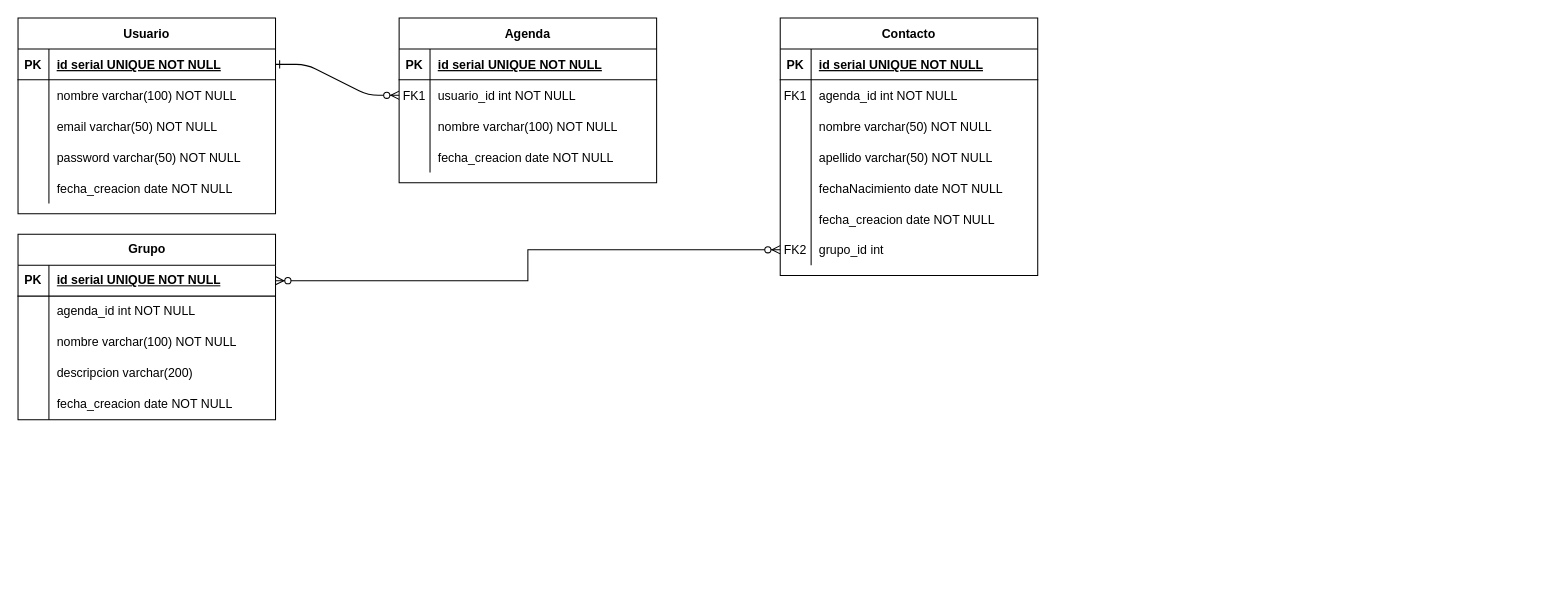
Before: FormaNormal.drawio in clara-s-n/ejercicio_sobre_repositorios, a draw.io diagram. Source tidied: cells renumbered, new cells numbered last; positions are measured from the earlier drawing's top-left corner, leaving out a move shared by most shapes. Both pictures are drawn from the tidied source at 103%, with x=0, y=0 at pixel (18, 18).
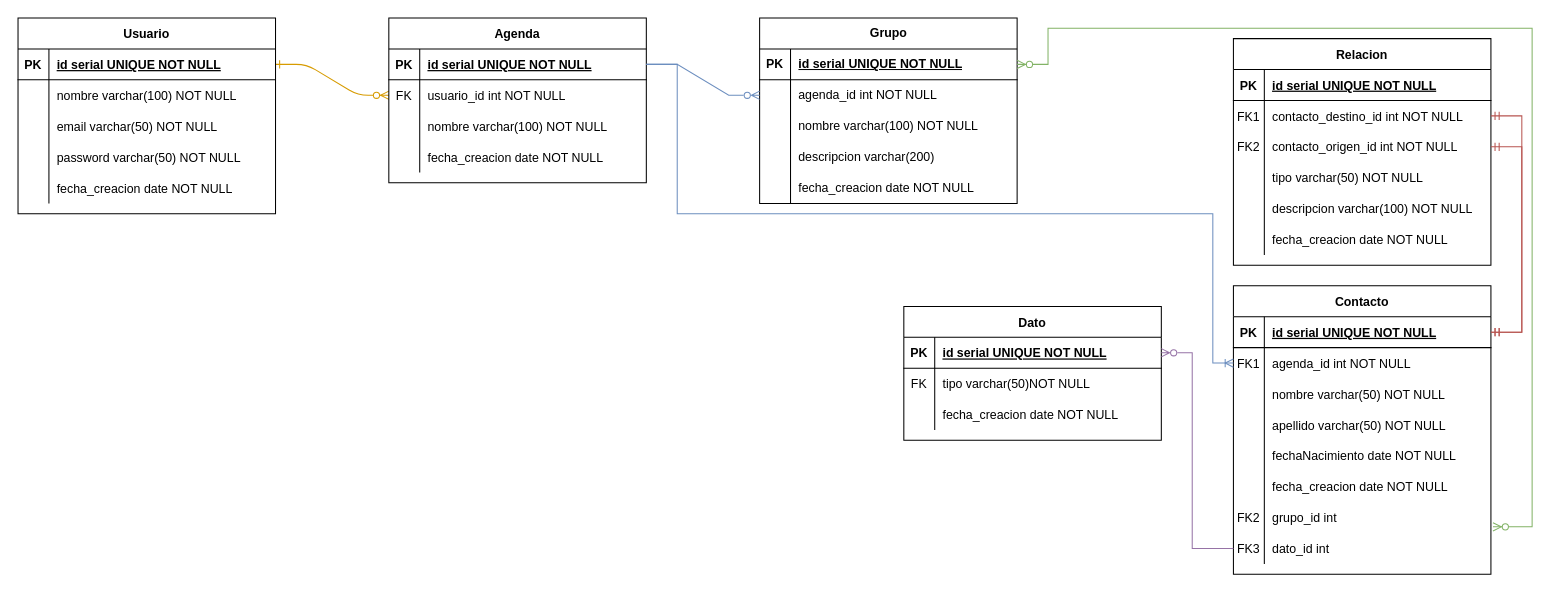
The same page after the edit.

Unchanged cells that the change refers to:
```xml
<mxCell id="4" style="shape=partialRectangle;fillColor=none;points=[[0,0.5],[1,0.5]];portConstraint=eastwest;top=0;left=0;right=0;bottom=1;" parent="3" vertex="1">
  <mxGeometry y="30" width="250" height="30" as="geometry" />
</mxCell>
<mxCell id="7" style="shape=partialRectangle;fillColor=none;points=[[0,0.5],[1,0.5]];portConstraint=eastwest;top=0;left=0;right=0;bottom=0;" parent="3" vertex="1">
  <mxGeometry y="60" width="250" height="30" as="geometry" />
</mxCell>
<mxCell id="17" style="shape=partialRectangle;fillColor=none;points=[[0,0.5],[1,0.5]];portConstraint=eastwest;top=0;left=0;right=0;bottom=1;" parent="16" vertex="1">
  <mxGeometry y="30" width="250" height="30" as="geometry" />
</mxCell>
<mxCell id="20" style="shape=partialRectangle;fillColor=none;points=[[0,0.5],[1,0.5]];portConstraint=eastwest;top=0;left=0;right=0;bottom=0;" parent="16" vertex="1">
  <mxGeometry y="60" width="250" height="30" as="geometry" />
</mxCell>
<mxCell id="35" style="shape=partialRectangle;fillColor=none;points=[[0,0.5],[1,0.5]];portConstraint=eastwest;top=0;left=0;right=0;bottom=0;" parent="16" vertex="1">
  <mxGeometry y="210" width="250" height="30" as="geometry" />
</mxCell>
<mxCell id="39" style="shape=partialRectangle;fillColor=none;points=[[0,0.5],[1,0.5]];portConstraint=eastwest;top=0;left=0;right=0;bottom=1;" parent="38" vertex="1">
  <mxGeometry y="30" width="250" height="30" as="geometry" />
</mxCell>
<mxCell id="55" style="shape=tableRow;horizontal=0;startSize=0;swimlaneHead=0;swimlaneBody=0;fillColor=none;points=[[0,0.5],[1,0.5]];portConstraint=eastwest;top=0;left=0;right=0;bottom=1;" parent="54" vertex="1">
  <mxGeometry y="30" width="250" height="30" as="geometry" />
</mxCell>
<mxCell id="58" style="shape=tableRow;horizontal=0;startSize=0;swimlaneHead=0;swimlaneBody=0;fillColor=none;points=[[0,0.5],[1,0.5]];portConstraint=eastwest;top=0;left=0;right=0;bottom=0;" parent="54" vertex="1">
  <mxGeometry y="60" width="250" height="30" as="geometry" />
</mxCell>
```

The edit, as a diff of the source:
```diff
@@
-    <mxCell id="2" style="edgeStyle=entityRelationEdgeStyle;endArrow=ERzeroToMany;startArrow=ERone;endFill=1;startFill=0;" parent="1" edge="1" source="39" target="7">
+    <mxCell id="2" style="edgeStyle=entityRelationEdgeStyle;endArrow=ERzeroToMany;startArrow=ERone;endFill=1;startFill=0;fillColor=#ffe6cc;strokeColor=#d79b00;" parent="1" edge="1" source="39" target="7">
       <mxGeometry relative="1" as="geometry" />
     </mxCell>
     <mxCell id="3" value="Agenda" style="shape=table;startSize=30;childLayout=tableLayout;rowLines=0;fontStyle=1;align=center;" parent="1" vertex="1">
-      <mxGeometry x="370" width="250" height="160" as="geometry" />
+      <mxGeometry x="360" width="250" height="160" as="geometry" />
     </mxCell>
@@
-    <mxCell id="8" value="FK1" style="shape=partialRectangle;overflow=hidden;fillColor=none;top=0;left=0;bottom=0;right=0;" parent="7" vertex="1">
+    <mxCell id="8" value="FK" style="shape=partialRectangle;overflow=hidden;fillColor=none;top=0;left=0;bottom=0;right=0;" parent="7" vertex="1">
       <mxGeometry width="30" height="30" as="geometry" />
     </mxCell>
@@
     <mxCell id="16" value="Contacto" style="shape=table;startSize=30;childLayout=tableLayout;rowLines=0;fontStyle=1;align=center;" parent="1" vertex="1">
-      <mxGeometry x="740" width="250" height="250" as="geometry" />
+      <mxGeometry x="1180" y="260" width="250" height="280" as="geometry" />
     </mxCell>
@@
+    <mxCell id="71" style="shape=partialRectangle;fillColor=none;points=[[0,0.5],[1,0.5]];portConstraint=eastwest;top=0;left=0;right=0;bottom=0;" parent="16" vertex="1">
+      <mxGeometry y="240" width="250" height="30" as="geometry" />
+    </mxCell>
+    <mxCell id="72" value="FK3" style="shape=partialRectangle;overflow=hidden;fillColor=none;top=0;left=0;bottom=0;right=0;" parent="71" vertex="1">
+      <mxGeometry width="30" height="30" as="geometry" />
+    </mxCell>
+    <mxCell id="73" value="dato_id int" style="shape=partialRectangle;overflow=hidden;fillColor=none;top=0;left=0;bottom=0;right=0;align=left;spacingLeft=6;" parent="71" vertex="1">
+      <mxGeometry x="30" width="220" height="30" as="geometry" />
+    </mxCell>
@@
     <mxCell id="54" value="Grupo" style="shape=table;startSize=30;childLayout=tableLayout;rowLines=0;fontStyle=1;align=center;html=1;" parent="1" vertex="1">
-      <mxGeometry y="210" width="250" height="180" as="geometry" />
+      <mxGeometry x="720" width="250" height="180" as="geometry" />
     </mxCell>
@@
-    <mxCell id="70" style="edgeStyle=orthogonalEdgeStyle;fontSize=12;html=1;endArrow=ERzeroToMany;endFill=1;startArrow=ERzeroToMany;rounded=0;entryX=0;entryY=0.5;entryDx=0;entryDy=0;exitX=1;exitY=0.5;exitDx=0;exitDy=0;" parent="1" edge="1" source="55" target="35">
-      <mxGeometry relative="1" as="geometry" />
+    <mxCell id="70" style="edgeStyle=orthogonalEdgeStyle;fontSize=12;html=1;endArrow=ERzeroToMany;endFill=1;startArrow=ERzeroToMany;rounded=0;fillColor=#d5e8d4;strokeColor=#82b366;exitX=1;exitY=0.5;exitDx=0;exitDy=0;entryX=1.008;entryY=0.8;entryDx=0;entryDy=0;entryPerimeter=0;" parent="1" edge="1" source="55" target="35">
+      <mxGeometry relative="1" as="geometry">
+        <Array as="points">
+          <mxPoint x="1000" y="45" />
+          <mxPoint x="1000" y="10" />
+          <mxPoint x="1470" y="10" />
+          <mxPoint x="1470" y="494" />
+        </Array>
+      </mxGeometry>
     </mxCell>
+    <mxCell id="74" style="edgeStyle=entityRelationEdgeStyle;fontSize=12;html=1;endArrow=ERzeroToMany;rounded=0;exitX=1;exitY=0.5;exitDx=0;exitDy=0;entryX=0;entryY=0.5;entryDx=0;entryDy=0;fillColor=#dae8fc;strokeColor=#6c8ebf;endFill=0;" parent="1" edge="1" source="4" target="58">
+      <mxGeometry relative="1" as="geometry" />
+    </mxCell>
+    <mxCell id="75" style="edgeStyle=orthogonalEdgeStyle;fontSize=12;html=1;endArrow=ERoneToMany;rounded=0;exitX=1;exitY=0.5;exitDx=0;exitDy=0;fillColor=#dae8fc;strokeColor=#6c8ebf;entryX=0;entryY=0.5;entryDx=0;entryDy=0;" parent="1" edge="1" source="4" target="20">
+      <mxGeometry relative="1" as="geometry">
+        <Array as="points">
+          <mxPoint x="640" y="45" />
+          <mxPoint x="640" y="190" />
+          <mxPoint x="1160" y="190" />
+          <mxPoint x="1160" y="335" />
+        </Array>
+      </mxGeometry>
+    </mxCell>
+    <mxCell id="76" value="Relacion" style="shape=table;startSize=30;childLayout=tableLayout;rowLines=0;fontStyle=1;align=center;" parent="1" vertex="1">
+      <mxGeometry x="1180" y="20" width="250" height="220" as="geometry" />
+    </mxCell>
+    <mxCell id="77" style="shape=partialRectangle;fillColor=none;top=0;left=0;right=0;bottom=1;" parent="76" vertex="1">
+      <mxGeometry y="30" width="250" height="30" as="geometry" />
+    </mxCell>
+    <mxCell id="78" value="PK" style="shape=partialRectangle;overflow=hidden;fillColor=none;top=0;left=0;bottom=0;right=0;fontStyle=1;" parent="77" vertex="1">
+      <mxGeometry width="30" height="30" as="geometry" />
+    </mxCell>
+    <mxCell id="79" value="id serial UNIQUE NOT NULL " style="shape=partialRectangle;overflow=hidden;fillColor=none;top=0;left=0;bottom=0;right=0;align=left;spacingLeft=6;fontStyle=5;" parent="77" vertex="1">
+      <mxGeometry x="30" width="220" height="30" as="geometry" />
+    </mxCell>
+    <mxCell id="80" style="shape=partialRectangle;fillColor=none;points=[[0,0.5],[1,0.5]];portConstraint=eastwest;top=0;left=0;right=0;bottom=0;" parent="76" vertex="1">
+      <mxGeometry y="60" width="250" height="30" as="geometry" />
+    </mxCell>
+    <mxCell id="81" value="FK1" style="shape=partialRectangle;overflow=hidden;fillColor=none;top=0;left=0;bottom=0;right=0;" parent="80" vertex="1">
+      <mxGeometry width="30" height="30" as="geometry" />
+    </mxCell>
+    <mxCell id="82" value="contacto_destino_id int NOT NULL" style="shape=partialRectangle;overflow=hidden;fillColor=none;top=0;left=0;bottom=0;right=0;align=left;spacingLeft=6;" parent="80" vertex="1">
+      <mxGeometry x="30" width="220" height="30" as="geometry" />
+    </mxCell>
+    <mxCell id="83" style="shape=partialRectangle;fillColor=none;points=[[0,0.5],[1,0.5]];portConstraint=eastwest;top=0;left=0;right=0;bottom=0;" parent="76" vertex="1">
+      <mxGeometry y="90" width="250" height="30" as="geometry" />
+    </mxCell>
+    <mxCell id="84" value="FK2" style="shape=partialRectangle;overflow=hidden;fillColor=none;top=0;left=0;bottom=0;right=0;" parent="83" vertex="1">
+      <mxGeometry width="30" height="30" as="geometry" />
+    </mxCell>
+    <mxCell id="85" value="contacto_origen_id int NOT NULL" style="shape=partialRectangle;overflow=hidden;fillColor=none;top=0;left=0;bottom=0;right=0;align=left;spacingLeft=6;" parent="83" vertex="1">
+      <mxGeometry x="30" width="220" height="30" as="geometry" />
+    </mxCell>
+    <mxCell id="86" style="shape=partialRectangle;fillColor=none;top=0;left=0;right=0;bottom=0;" parent="76" vertex="1">
+      <mxGeometry y="120" width="250" height="30" as="geometry" />
+    </mxCell>
+    <mxCell id="87" style="shape=partialRectangle;overflow=hidden;fillColor=none;top=0;left=0;bottom=0;right=0;" parent="86" vertex="1">
+      <mxGeometry width="30" height="30" as="geometry" />
+    </mxCell>
+    <mxCell id="88" value="tipo varchar(50) NOT NULL" style="shape=partialRectangle;overflow=hidden;fillColor=none;top=0;left=0;bottom=0;right=0;align=left;spacingLeft=6;" parent="86" vertex="1">
+      <mxGeometry x="30" width="220" height="30" as="geometry" />
+    </mxCell>
+    <mxCell id="89" style="shape=partialRectangle;fillColor=none;top=0;left=0;right=0;bottom=0;" parent="76" vertex="1">
+      <mxGeometry y="150" width="250" height="30" as="geometry" />
+    </mxCell>
+    <mxCell id="90" style="shape=partialRectangle;overflow=hidden;fillColor=none;top=0;left=0;bottom=0;right=0;" parent="89" vertex="1">
+      <mxGeometry width="30" height="30" as="geometry" />
+    </mxCell>
+    <mxCell id="91" value="descripcion varchar(100) NOT NULL" style="shape=partialRectangle;overflow=hidden;fillColor=none;top=0;left=0;bottom=0;right=0;align=left;spacingLeft=6;" parent="89" vertex="1">
+      <mxGeometry x="30" width="220" height="30" as="geometry" />
+    </mxCell>
+    <mxCell id="92" style="shape=partialRectangle;fillColor=none;top=0;left=0;right=0;bottom=0;" parent="76" vertex="1">
+      <mxGeometry y="180" width="250" height="30" as="geometry" />
+    </mxCell>
+    <mxCell id="93" style="shape=partialRectangle;overflow=hidden;fillColor=none;top=0;left=0;bottom=0;right=0;" parent="92" vertex="1">
+      <mxGeometry width="30" height="30" as="geometry" />
+    </mxCell>
+    <mxCell id="94" value="fecha_creacion date NOT NULL" style="shape=partialRectangle;overflow=hidden;fillColor=none;top=0;left=0;bottom=0;right=0;align=left;spacingLeft=6;" parent="92" vertex="1">
+      <mxGeometry x="30" width="220" height="30" as="geometry" />
+    </mxCell>
+    <mxCell id="95" style="edgeStyle=entityRelationEdgeStyle;fontSize=12;html=1;endArrow=ERmandOne;startArrow=ERmandOne;rounded=0;exitX=1;exitY=0.5;exitDx=0;exitDy=0;entryX=1;entryY=0.5;entryDx=0;entryDy=0;fillColor=#f8cecc;strokeColor=#b85450;" parent="1" edge="1" source="17" target="80">
+      <mxGeometry relative="1" as="geometry" />
+    </mxCell>
+    <mxCell id="96" style="edgeStyle=entityRelationEdgeStyle;fontSize=12;html=1;endArrow=ERmandOne;startArrow=ERmandOne;rounded=0;exitX=1;exitY=0.5;exitDx=0;exitDy=0;entryX=1;entryY=0.5;entryDx=0;entryDy=0;fillColor=#f8cecc;strokeColor=#b85450;" parent="1" edge="1" source="17" target="83">
+      <mxGeometry relative="1" as="geometry" />
+    </mxCell>
+    <mxCell id="97" value="Dato" style="shape=table;startSize=30;childLayout=tableLayout;rowLines=0;fontStyle=1;align=center;" parent="1" vertex="1">
+      <mxGeometry x="860" y="280" width="250" height="130" as="geometry" />
+    </mxCell>
+    <mxCell id="98" style="shape=partialRectangle;fillColor=none;points=[[0,0.5],[1,0.5]];portConstraint=eastwest;top=0;left=0;right=0;bottom=1;" parent="97" vertex="1">
+      <mxGeometry y="30" width="250" height="30" as="geometry" />
+    </mxCell>
+    <mxCell id="99" value="PK" style="shape=partialRectangle;overflow=hidden;fillColor=none;top=0;left=0;bottom=0;right=0;fontStyle=1;" parent="98" vertex="1">
+      <mxGeometry width="30" height="30" as="geometry" />
+    </mxCell>
+    <mxCell id="100" value="id serial UNIQUE NOT NULL " style="shape=partialRectangle;overflow=hidden;fillColor=none;top=0;left=0;bottom=0;right=0;align=left;spacingLeft=6;fontStyle=5;" parent="98" vertex="1">
+      <mxGeometry x="30" width="220" height="30" as="geometry" />
+    </mxCell>
+    <mxCell id="101" style="shape=partialRectangle;fillColor=none;top=0;left=0;right=0;bottom=0;" parent="97" vertex="1">
+      <mxGeometry y="60" width="250" height="30" as="geometry" />
+    </mxCell>
+    <mxCell id="102" value="FK" style="shape=partialRectangle;overflow=hidden;fillColor=none;top=0;left=0;bottom=0;right=0;" parent="101" vertex="1">
+      <mxGeometry width="30" height="30" as="geometry" />
+    </mxCell>
+    <mxCell id="103" value="tipo varchar(50)NOT NULL" style="shape=partialRectangle;overflow=hidden;fillColor=none;top=0;left=0;bottom=0;right=0;align=left;spacingLeft=6;" parent="101" vertex="1">
+      <mxGeometry x="30" width="220" height="30" as="geometry" />
+    </mxCell>
+    <mxCell id="104" style="shape=partialRectangle;fillColor=none;top=0;left=0;right=0;bottom=0;" parent="97" vertex="1">
+      <mxGeometry y="90" width="250" height="30" as="geometry" />
+    </mxCell>
+    <mxCell id="105" style="shape=partialRectangle;overflow=hidden;fillColor=none;top=0;left=0;bottom=0;right=0;" parent="104" vertex="1">
+      <mxGeometry width="30" height="30" as="geometry" />
+    </mxCell>
+    <mxCell id="106" value="fecha_creacion date NOT NULL" style="shape=partialRectangle;overflow=hidden;fillColor=none;top=0;left=0;bottom=0;right=0;align=left;spacingLeft=6;" parent="104" vertex="1">
+      <mxGeometry x="30" width="220" height="30" as="geometry" />
+    </mxCell>
+    <mxCell id="107" style="edgeStyle=orthogonalEdgeStyle;rounded=0;jettySize=auto;html=1;entryX=1;entryY=0.5;entryDx=0;entryDy=0;fillColor=#e1d5e7;strokeColor=#9673a6;endArrow=ERzeroToMany;endFill=0;exitX=0;exitY=0.5;exitDx=0;exitDy=0;" parent="1" edge="1" source="71" target="98">
+      <mxGeometry relative="1" as="geometry">
+        <Array as="points">
+          <mxPoint x="1140" y="515" />
+          <mxPoint x="1140" y="325" />
+        </Array>
+      </mxGeometry>
+    </mxCell>
```
